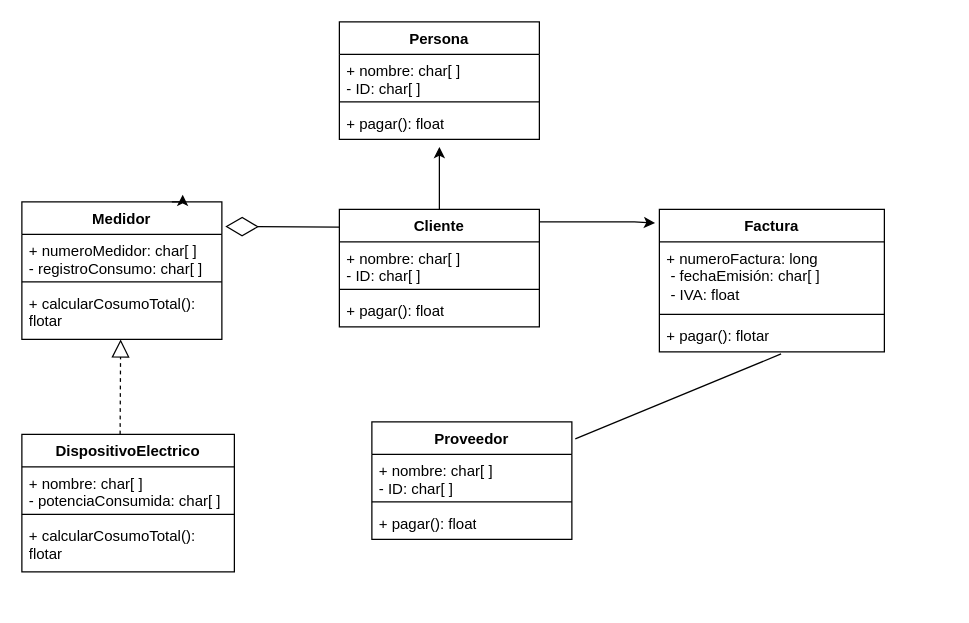
FerminEncalada/Diagramas-de-Flujo keeps this draw.io diagram as Diagrama sin título.drawio. Above is the earlier version. Source tidied: cells renumbered, new cells numbered last; positions are measured from the earlier drawing's top-left corner, leaving out a move shared by most shapes. Both pictures are drawn from the tidied source at 125%, with x=0, y=0 at pixel (21, 21).
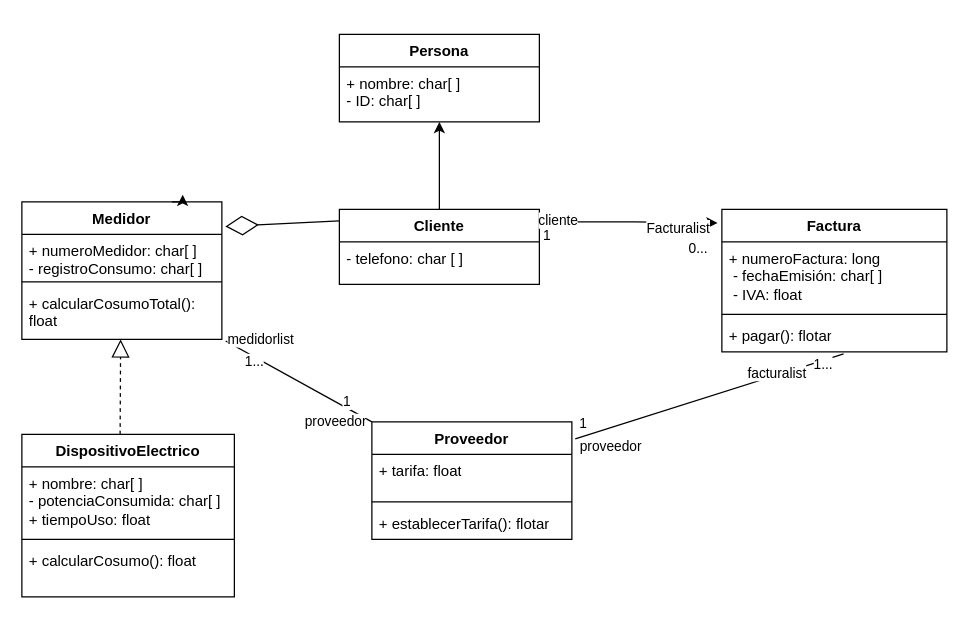
Above is the later version.

The change refers to these unchanged cells:
```xml
<mxCell id="10" value="Medidor" style="swimlane;fontStyle=1;align=center;verticalAlign=top;horizontal=1;startSize=26;whiteSpace=wrap;html=1;" parent="1" vertex="1">
  <mxGeometry y="144" width="160" height="110" as="geometry" />
</mxCell>
<mxCell id="21" style="edgeStyle=orthogonalEdgeStyle;rounded=0;jettySize=auto;html=1;entryX=-0.019;entryY=0.096;entryDx=0;entryDy=0;entryPerimeter=0;" parent="1" edge="1" source="15" target="6">
  <mxGeometry relative="1" as="geometry">
    <Array as="points">
      <mxPoint x="490" y="160" />
      <mxPoint x="490" y="160" />
    </Array>
  </mxGeometry>
</mxCell>
<mxCell id="27" value="Proveedor" style="swimlane;fontStyle=1;align=center;verticalAlign=top;horizontal=1;startSize=26;whiteSpace=wrap;html=1;points=[[0,0,0,0,0],[0,0.25,0,0,0],[0,0.5,0,0,0],[0,0.75,0,0,0],[0,1,0,0,0],[0.25,0,0,0,0],[0.25,1,0,0,0],[0.5,0,0,0,0],[0.5,1,0,0,0],[0.75,0,0,0,0],[0.75,1,0,0,0],[1,0,0,0,0],[1,0.25,0,0,0],[1,0.5,0,0,0],[1,0.75,0,0,0],[1,1,0,0,0]];" parent="1" vertex="1">
  <mxGeometry x="280" y="320" width="160" height="94" as="geometry" />
</mxCell>
<mxCell id="31" style="endArrow=none;html=1;rounded=0;exitX=1.017;exitY=0.145;exitDx=0;exitDy=0;exitPerimeter=0;entryX=0.541;entryY=1.064;entryDx=0;entryDy=0;entryPerimeter=0;" parent="1" edge="1" source="27" target="9">
  <mxGeometry relative="1" as="geometry" />
</mxCell>
```

What changed in the source:
```diff
@@
     <mxCell id="2" value="Persona" style="swimlane;fontStyle=1;align=center;verticalAlign=top;horizontal=1;startSize=26;whiteSpace=wrap;html=1;" parent="1" vertex="1">
-      <mxGeometry x="254" width="160" height="94" as="geometry" />
+      <mxGeometry x="254" y="10" width="160" height="70" as="geometry" />
     </mxCell>
     <mxCell id="3" value="+ nombre: char[ ]&lt;br&gt;- ID: char[ ]&lt;br&gt;" style="text;strokeColor=none;fillColor=none;align=left;verticalAlign=top;spacingLeft=4;spacingRight=4;overflow=hidden;whiteSpace=wrap;html=1;" parent="2" vertex="1">
-      <mxGeometry y="26" width="160" height="34" as="geometry" />
+      <mxGeometry y="26" width="160" height="44" as="geometry" />
     </mxCell>
-    <mxCell id="4" style="line;strokeWidth=1;fillColor=none;align=left;verticalAlign=middle;spacingTop=-1;spacingLeft=3;spacingRight=3;labelPosition=right;strokeColor=inherit;" parent="2" vertex="1">
-      <mxGeometry y="60" width="160" height="8" as="geometry" />
-    </mxCell>
-    <mxCell id="5" value="+ pagar(): float" style="text;strokeColor=none;fillColor=none;align=left;verticalAlign=top;spacingLeft=4;spacingRight=4;overflow=hidden;whiteSpace=wrap;html=1;" parent="2" vertex="1">
-      <mxGeometry y="68" width="160" height="26" as="geometry" />
-    </mxCell>
     <mxCell id="6" value="Factura" style="swimlane;fontStyle=1;align=center;verticalAlign=top;horizontal=1;startSize=26;whiteSpace=wrap;html=1;" parent="1" vertex="1">
-      <mxGeometry x="510" y="150" width="180" height="114" as="geometry" />
+      <mxGeometry x="560" y="150" width="180" height="114" as="geometry" />
     </mxCell>
@@
-    <mxCell id="13" value="+ calcularCosumoTotal(): flotar" style="text;strokeColor=none;fillColor=none;align=left;verticalAlign=top;spacingLeft=4;spacingRight=4;overflow=hidden;points=[[0,0.5],[1,0.5]];portConstraint=eastwest;whiteSpace=wrap;html=1;" parent="10" vertex="1">
+    <mxCell id="13" value="+ calcularCosumoTotal(): float" style="text;strokeColor=none;fillColor=none;align=left;verticalAlign=top;spacingLeft=4;spacingRight=4;overflow=hidden;points=[[0,0.5],[1,0.5]];portConstraint=eastwest;whiteSpace=wrap;html=1;" parent="10" vertex="1">
       <mxGeometry y="68" width="160" height="42" as="geometry" />
     </mxCell>
-    <mxCell id="14" style="edgeStyle=orthogonalEdgeStyle;rounded=0;jettySize=auto;html=1;" parent="1" edge="1" source="15">
-      <mxGeometry relative="1" as="geometry">
-        <mxPoint x="334" y="100" as="targetPoint" />
-      </mxGeometry>
-    </mxCell>
+    <mxCell id="32" style="edgeStyle=orthogonalEdgeStyle;rounded=0;jettySize=auto;html=1;" parent="1" edge="1" source="15">
+      <mxGeometry relative="1" as="geometry">
+        <mxPoint x="334" y="80" as="targetPoint" />
+      </mxGeometry>
+    </mxCell>
     <mxCell id="15" value="Cliente" style="swimlane;fontStyle=1;align=center;verticalAlign=top;horizontal=1;startSize=26;whiteSpace=wrap;html=1;" parent="1" vertex="1">
-      <mxGeometry x="254" y="150" width="160" height="94" as="geometry" />
+      <mxGeometry x="254" y="150" width="160" height="60" as="geometry" />
     </mxCell>
-    <mxCell id="16" value="+ nombre: char[ ]&lt;br&gt;- ID: char[ ]&lt;br&gt;" style="text;strokeColor=none;fillColor=none;align=left;verticalAlign=top;spacingLeft=4;spacingRight=4;overflow=hidden;whiteSpace=wrap;html=1;" parent="15" vertex="1">
+    <mxCell id="16" value="- telefono: char [ ]&lt;br&gt;" style="text;strokeColor=none;fillColor=none;align=left;verticalAlign=top;spacingLeft=4;spacingRight=4;overflow=hidden;whiteSpace=wrap;html=1;" parent="15" vertex="1">
       <mxGeometry y="26" width="160" height="34" as="geometry" />
     </mxCell>
-    <mxCell id="17" style="line;strokeWidth=1;fillColor=none;align=left;verticalAlign=middle;spacingTop=-1;spacingLeft=3;spacingRight=3;labelPosition=right;strokeColor=inherit;" parent="15" vertex="1">
-      <mxGeometry y="60" width="160" height="8" as="geometry" />
-    </mxCell>
-    <mxCell id="18" value="+ pagar(): float" style="text;strokeColor=none;fillColor=none;align=left;verticalAlign=top;spacingLeft=4;spacingRight=4;overflow=hidden;whiteSpace=wrap;html=1;" parent="15" vertex="1">
-      <mxGeometry y="68" width="160" height="26" as="geometry" />
-    </mxCell>
@@
+    <mxCell id="33" value="Facturalist" style="edgeLabel;html=1;align=center;verticalAlign=middle;" parent="21" vertex="1">
+      <mxGeometry x="0.56" y="-4" relative="1" as="geometry" />
+    </mxCell>
+    <mxCell id="34" value="cliente" style="edgeLabel;html=1;align=center;verticalAlign=middle;" parent="21" vertex="1">
+      <mxGeometry x="-0.81" y="2" relative="1" as="geometry" />
+    </mxCell>
+    <mxCell id="35" value="1" style="edgeLabel;html=1;align=center;verticalAlign=middle;" parent="21" vertex="1">
+      <mxGeometry x="-0.39" y="2" relative="1" as="geometry">
+        <mxPoint x="-38" y="12" as="offset" />
+      </mxGeometry>
+    </mxCell>
+    <mxCell id="36" value="0..." style="edgeLabel;html=1;align=center;verticalAlign=middle;" parent="21" vertex="1">
+      <mxGeometry x="0.01" y="-1" relative="1" as="geometry">
+        <mxPoint x="54" y="19" as="offset" />
+      </mxGeometry>
+    </mxCell>
     <mxCell id="22" value="DispositivoElectrico" style="swimlane;fontStyle=1;align=center;verticalAlign=top;horizontal=1;startSize=26;whiteSpace=wrap;html=1;" parent="1" vertex="1">
-      <mxGeometry y="330" width="170" height="110" as="geometry" />
+      <mxGeometry y="330" width="170" height="130" as="geometry" />
     </mxCell>
-    <mxCell id="23" value="+ nombre: char[ ] &lt;br&gt;- potenciaConsumida: char[ ]&lt;br&gt;" style="text;strokeColor=none;fillColor=none;align=left;verticalAlign=top;spacingLeft=4;spacingRight=4;overflow=hidden;whiteSpace=wrap;html=1;" parent="22" vertex="1">
-      <mxGeometry y="26" width="170" height="34" as="geometry" />
+    <mxCell id="23" value="+ nombre: char[ ] &lt;br&gt;- potenciaConsumida: char[ ]&lt;br&gt;+ tiempoUso: float&lt;br&gt;" style="text;strokeColor=none;fillColor=none;align=left;verticalAlign=top;spacingLeft=4;spacingRight=4;overflow=hidden;whiteSpace=wrap;html=1;" parent="22" vertex="1">
+      <mxGeometry y="26" width="170" height="54" as="geometry" />
     </mxCell>
     <mxCell id="24" style="line;strokeWidth=1;fillColor=none;align=left;verticalAlign=middle;spacingTop=-1;spacingLeft=3;spacingRight=3;labelPosition=right;strokeColor=inherit;" parent="22" vertex="1">
-      <mxGeometry y="60" width="170" height="8" as="geometry" />
+      <mxGeometry y="80" width="170" height="8" as="geometry" />
     </mxCell>
-    <mxCell id="25" value="+ calcularCosumoTotal(): flotar" style="text;strokeColor=none;fillColor=none;align=left;verticalAlign=top;spacingLeft=4;spacingRight=4;overflow=hidden;whiteSpace=wrap;html=1;" parent="22" vertex="1">
-      <mxGeometry y="68" width="170" height="42" as="geometry" />
+    <mxCell id="25" value="+ calcularCosumo(): float" style="text;strokeColor=none;fillColor=none;align=left;verticalAlign=top;spacingLeft=4;spacingRight=4;overflow=hidden;whiteSpace=wrap;html=1;" parent="22" vertex="1">
+      <mxGeometry y="88" width="170" height="42" as="geometry" />
     </mxCell>
@@
-    <mxCell id="28" value="+ nombre: char[ ]&lt;br&gt;- ID: char[ ]&lt;br&gt;" style="text;strokeColor=none;fillColor=none;align=left;verticalAlign=top;spacingLeft=4;spacingRight=4;overflow=hidden;whiteSpace=wrap;html=1;" parent="27" vertex="1">
+    <mxCell id="28" value="+ tarifa: float&lt;br&gt;" style="text;strokeColor=none;fillColor=none;align=left;verticalAlign=top;spacingLeft=4;spacingRight=4;overflow=hidden;whiteSpace=wrap;html=1;" parent="27" vertex="1">
       <mxGeometry y="26" width="160" height="34" as="geometry" />
     </mxCell>
@@
-    <mxCell id="30" value="+ pagar(): float" style="text;strokeColor=none;fillColor=none;align=left;verticalAlign=top;spacingLeft=4;spacingRight=4;overflow=hidden;whiteSpace=wrap;html=1;" parent="27" vertex="1">
+    <mxCell id="30" value="+ establecerTarifa(): flotar" style="text;strokeColor=none;fillColor=none;align=left;verticalAlign=top;spacingLeft=4;spacingRight=4;overflow=hidden;whiteSpace=wrap;html=1;" parent="27" vertex="1">
       <mxGeometry y="68" width="160" height="26" as="geometry" />
     </mxCell>
@@
+    <mxCell id="37" value="facturalist" style="edgeLabel;html=1;align=center;verticalAlign=middle;" parent="31" vertex="1">
+      <mxGeometry x="0.51" y="3" relative="1" as="geometry">
+        <mxPoint y="1" as="offset" />
+      </mxGeometry>
+    </mxCell>
+    <mxCell id="38" value="1..." style="edgeLabel;html=1;align=center;verticalAlign=middle;" parent="31" vertex="1">
+      <mxGeometry x="0.84" y="-2" relative="1" as="geometry" />
+    </mxCell>
+    <mxCell id="39" value="proveedor" style="edgeLabel;html=1;align=center;verticalAlign=middle;" parent="31" vertex="1">
+      <mxGeometry x="-0.86" y="-3" relative="1" as="geometry">
+        <mxPoint x="12" y="8" as="offset" />
+      </mxGeometry>
+    </mxCell>
+    <mxCell id="40" value="1" style="edgeLabel;html=1;align=center;verticalAlign=middle;" parent="31" vertex="1">
+      <mxGeometry x="-0.58" y="-1" relative="1" as="geometry">
+        <mxPoint x="-39" as="offset" />
+      </mxGeometry>
+    </mxCell>
+    <mxCell id="41" style="endArrow=none;html=1;rounded=0;exitX=0;exitY=0;exitDx=0;exitDy=0;exitPerimeter=0;entryX=1.019;entryY=1.032;entryDx=0;entryDy=0;entryPerimeter=0;" parent="1" edge="1" source="27" target="13">
+      <mxGeometry relative="1" as="geometry" />
+    </mxCell>
+    <mxCell id="42" value="medidorlist" style="edgeLabel;html=1;align=center;verticalAlign=middle;" parent="41" vertex="1">
+      <mxGeometry x="0.84" y="-2" relative="1" as="geometry">
+        <mxPoint x="17" y="-5" as="offset" />
+      </mxGeometry>
+    </mxCell>
+    <mxCell id="43" value="proveedor" style="edgeLabel;html=1;align=center;verticalAlign=middle;rotation=0;" parent="41" vertex="1">
+      <mxGeometry x="-0.75" relative="1" as="geometry">
+        <mxPoint x="-15" y="8" as="offset" />
+      </mxGeometry>
+    </mxCell>
+    <mxCell id="44" value="1..." style="edgeLabel;html=1;align=center;verticalAlign=middle;" parent="41" vertex="1">
+      <mxGeometry x="0.59" y="3" relative="1" as="geometry" />
+    </mxCell>
+    <mxCell id="45" value="1&lt;br&gt;" style="edgeLabel;html=1;align=center;verticalAlign=middle;" parent="41" vertex="1">
+      <mxGeometry x="-0.61" y="-4" relative="1" as="geometry" />
+    </mxCell>
```
